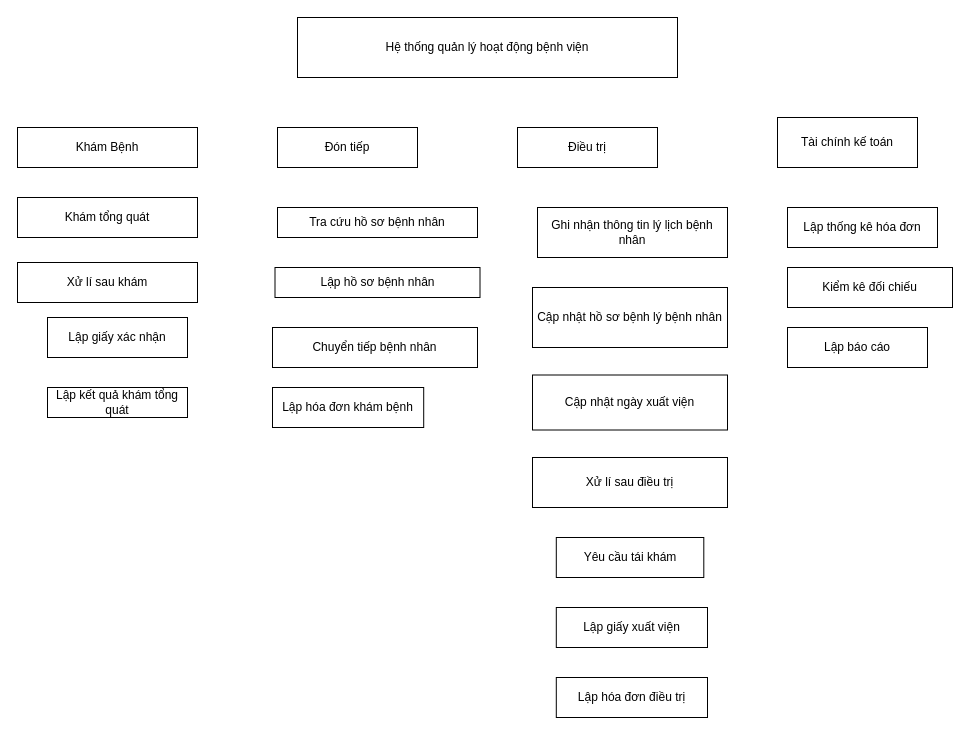
Above: PhanRaChucNang.drawio in Nhatran241/HTTT (draw.io), before the change. Source tidied: cells renumbered, new cells numbered last; positions are measured from the earlier drawing's top-left corner, leaving out a move shared by most shapes. Both pictures are drawn from the tidied source at 100%, with x=0, y=0 at pixel (17, 17).
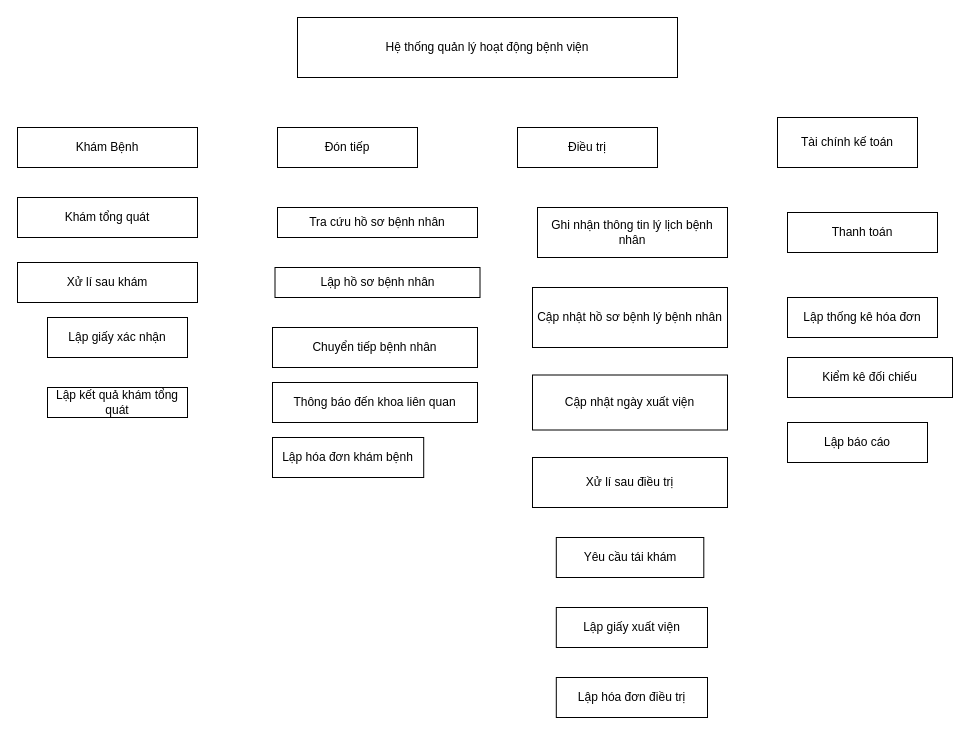
Above is the later version.

The edit, as a diff of the source:
```diff
@@
     <mxCell id="21" value="Lập thống kê hóa đơn" style="rounded=0;whiteSpace=wrap;html=1;" parent="1" vertex="1">
-      <mxGeometry x="770" y="190" width="150" height="40" as="geometry" />
+      <mxGeometry x="770" y="280" width="150" height="40" as="geometry" />
     </mxCell>
     <mxCell id="22" value="Kiểm kê đối chiếu" style="rounded=0;whiteSpace=wrap;html=1;" parent="1" vertex="1">
-      <mxGeometry x="770" y="250" width="165" height="40" as="geometry" />
+      <mxGeometry x="770" y="340" width="165" height="40" as="geometry" />
     </mxCell>
     <mxCell id="23" value="Lập báo cáo" style="rounded=0;whiteSpace=wrap;html=1;" parent="1" vertex="1">
-      <mxGeometry x="770" y="310" width="140" height="40" as="geometry" />
+      <mxGeometry x="770" y="405" width="140" height="40" as="geometry" />
     </mxCell>
     <mxCell id="24" value="Lập hóa đơn khám bệnh" style="rounded=0;whiteSpace=wrap;html=1;" parent="1" vertex="1">
-      <mxGeometry x="255" y="370" width="151.2" height="40" as="geometry" />
+      <mxGeometry x="255" y="420" width="151.2" height="40" as="geometry" />
     </mxCell>
+    <mxCell id="25" value="Thông báo đến khoa liên quan" style="rounded=0;whiteSpace=wrap;html=1;" parent="1" vertex="1">
+      <mxGeometry x="255" y="365" width="205" height="40" as="geometry" />
+    </mxCell>
+    <mxCell id="26" value="Thanh toán" style="rounded=0;whiteSpace=wrap;html=1;" parent="1" vertex="1">
+      <mxGeometry x="770" y="195" width="150" height="40" as="geometry" />
+    </mxCell>
```
